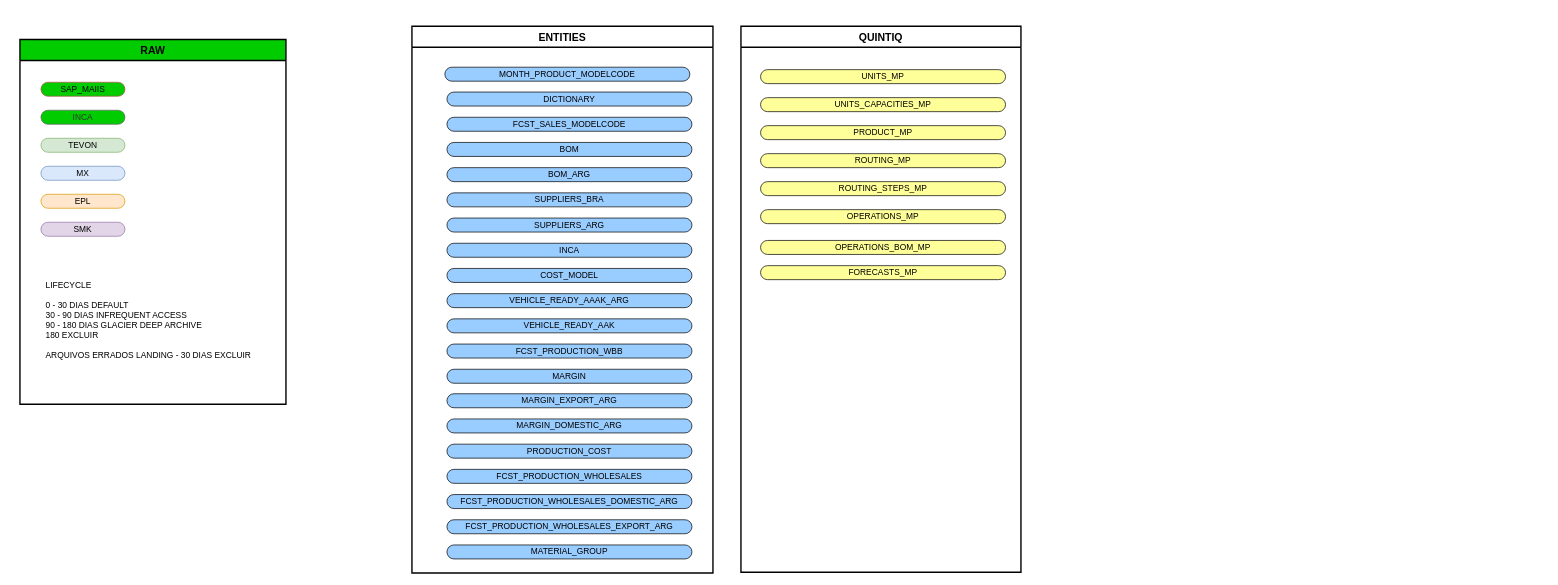
The draw.io diagram page "LIFECYCLE" (4 of 7) of eagle/files_to_datalake.drawio in leo-odilon/draw.io, before the edit. Source tidied: cells renumbered, new cells numbered last; positions are measured from the earlier drawing's top-left corner, leaving out a move shared by most shapes. Both pictures are drawn from the tidied source at 70%, with x=0, y=0 at pixel (20, 26).
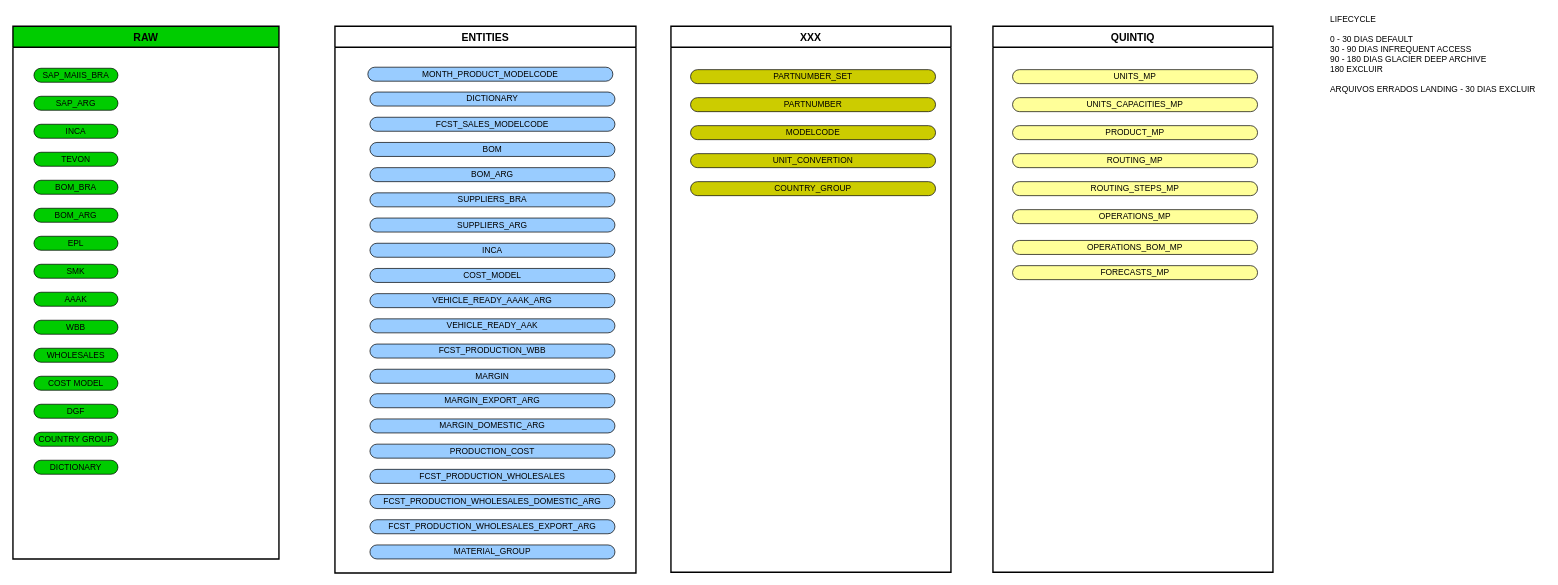
Above is the later version.

What changed in the source:
```diff
@@
     <mxCell id="2" value="RAW" style="swimlane;whiteSpace=wrap;html=1;strokeWidth=2;fontSize=15;startSize=30;fillColor=#00CC00;" parent="1" vertex="1">
-      <mxGeometry y="19" width="380" height="521" as="geometry" />
+      <mxGeometry x="-10" width="380" height="761" as="geometry" />
     </mxCell>
-    <mxCell id="3" value="&lt;div style=&quot;&quot;&gt;&lt;span style=&quot;background-color: initial;&quot;&gt;LIFECYCLE&lt;/span&gt;&lt;/div&gt;&lt;div style=&quot;&quot;&gt;&lt;br&gt;&lt;/div&gt;&lt;div style=&quot;&quot;&gt;0 - 30 DIAS DEFAULT&lt;/div&gt;&lt;div style=&quot;&quot;&gt;30 - 90 DIAS INFREQUENT ACCESS&lt;/div&gt;&lt;div style=&quot;&quot;&gt;90 - 180 DIAS GLACIER DEEP ARCHIVE&lt;/div&gt;&lt;div style=&quot;&quot;&gt;180 EXCLUIR&lt;/div&gt;&lt;div style=&quot;&quot;&gt;&lt;br&gt;&lt;/div&gt;&lt;div style=&quot;&quot;&gt;ARQUIVOS ERRADOS LANDING - 30 DIAS EXCLUIR&lt;/div&gt;" style="text;html=1;strokeColor=none;fillColor=none;align=left;verticalAlign=middle;whiteSpace=wrap;rounded=0;" parent="2" vertex="1">
-      <mxGeometry x="35" y="341" width="310" height="119" as="geometry" />
-    </mxCell>
-    <mxCell id="4" value="INCA" style="rounded=1;whiteSpace=wrap;html=1;arcSize=50;fillColor=#00CC00;strokeColor=#666666;fontColor=#333333;" parent="2" vertex="1">
-      <mxGeometry x="30" y="101" width="120" height="20" as="geometry" />
+    <mxCell id="4" value="INCA" style="rounded=1;whiteSpace=wrap;html=1;arcSize=50;fillColor=#00CC00;strokeColor=#000000;" parent="2" vertex="1">
+      <mxGeometry x="30" y="140" width="120" height="20" as="geometry" />
     </mxCell>
-    <mxCell id="5" value="MX" style="rounded=1;whiteSpace=wrap;html=1;arcSize=50;fillColor=#dae8fc;strokeColor=#6c8ebf;" parent="2" vertex="1">
-      <mxGeometry x="30" y="181" width="120" height="20" as="geometry" />
+    <mxCell id="5" value="BOM_BRA" style="rounded=1;whiteSpace=wrap;html=1;arcSize=50;fillColor=#00CC00;strokeColor=#000000;" parent="2" vertex="1">
+      <mxGeometry x="30" y="220" width="120" height="20" as="geometry" />
     </mxCell>
-    <mxCell id="6" value="EPL" style="rounded=1;whiteSpace=wrap;html=1;arcSize=50;fillColor=#ffe6cc;strokeColor=#d79b00;" parent="2" vertex="1">
-      <mxGeometry x="30" y="221" width="120" height="20" as="geometry" />
+    <mxCell id="6" value="EPL" style="rounded=1;whiteSpace=wrap;html=1;arcSize=50;fillColor=#00CC00;strokeColor=#000000;" parent="2" vertex="1">
+      <mxGeometry x="30" y="300" width="120" height="20" as="geometry" />
     </mxCell>
-    <mxCell id="7" value="SMK" style="rounded=1;whiteSpace=wrap;html=1;arcSize=50;fillColor=#e1d5e7;strokeColor=#9673a6;" parent="2" vertex="1">
-      <mxGeometry x="30" y="261" width="120" height="20" as="geometry" />
+    <mxCell id="7" value="SMK" style="rounded=1;whiteSpace=wrap;html=1;arcSize=50;fillColor=#00CC00;strokeColor=#000000;" parent="2" vertex="1">
+      <mxGeometry x="30" y="340" width="120" height="20" as="geometry" />
     </mxCell>
+    <mxCell id="9" value="TEVON" style="rounded=1;whiteSpace=wrap;html=1;arcSize=50;fillColor=#00CC00;strokeColor=#000000;" parent="2" vertex="1">
+      <mxGeometry x="30" y="180" width="120" height="20" as="geometry" />
+    </mxCell>
+    <mxCell id="40" value="SAP_ARG" style="rounded=1;whiteSpace=wrap;html=1;arcSize=50;fillColor=#00CC00;strokeColor=#000000;" parent="2" vertex="1">
+      <mxGeometry x="30" y="100" width="120" height="20" as="geometry" />
+    </mxCell>
-    <mxCell id="8" value="SAP_MAIIS" style="rounded=1;whiteSpace=wrap;html=1;arcSize=50;fillColor=#00CC00;strokeColor=#b85450;" parent="2" vertex="1">
-      <mxGeometry x="30" y="61" width="120" height="20" as="geometry" />
+    <mxCell id="8" value="SAP_MAIIS_BRA" style="rounded=1;whiteSpace=wrap;html=1;arcSize=50;fillColor=#00CC00;strokeColor=#000000;" parent="2" vertex="1">
+      <mxGeometry x="30" y="60" width="120" height="20" as="geometry" />
     </mxCell>
-    <mxCell id="9" value="TEVON" style="rounded=1;whiteSpace=wrap;html=1;arcSize=50;fillColor=#d5e8d4;strokeColor=#82b366;" parent="2" vertex="1">
-      <mxGeometry x="30" y="141" width="120" height="20" as="geometry" />
-    </mxCell>
+    <mxCell id="41" value="BOM_ARG" style="rounded=1;whiteSpace=wrap;html=1;arcSize=50;fillColor=#00CC00;strokeColor=#000000;" parent="2" vertex="1">
+      <mxGeometry x="30" y="260" width="120" height="20" as="geometry" />
+    </mxCell>
+    <mxCell id="42" value="COUNTRY GROUP" style="rounded=1;whiteSpace=wrap;html=1;arcSize=50;fillColor=#00CC00;strokeColor=#000000;" parent="2" vertex="1">
+      <mxGeometry x="30" y="580" width="120" height="20" as="geometry" />
+    </mxCell>
+    <mxCell id="43" value="DICTIONARY" style="rounded=1;whiteSpace=wrap;html=1;arcSize=50;fillColor=#00CC00;strokeColor=#000000;" parent="2" vertex="1">
+      <mxGeometry x="30" y="620" width="120" height="20" as="geometry" />
+    </mxCell>
+    <mxCell id="44" value="AAAK" style="rounded=1;whiteSpace=wrap;html=1;arcSize=50;fillColor=#00CC00;strokeColor=#000000;" parent="2" vertex="1">
+      <mxGeometry x="30" y="380" width="120" height="20" as="geometry" />
+    </mxCell>
+    <mxCell id="45" value="WBB" style="rounded=1;whiteSpace=wrap;html=1;arcSize=50;fillColor=#00CC00;strokeColor=#000000;" parent="2" vertex="1">
+      <mxGeometry x="30" y="420" width="120" height="20" as="geometry" />
+    </mxCell>
+    <mxCell id="46" value="WHOLESALES" style="rounded=1;whiteSpace=wrap;html=1;arcSize=50;fillColor=#00CC00;strokeColor=#000000;" parent="2" vertex="1">
+      <mxGeometry x="30" y="460" width="120" height="20" as="geometry" />
+    </mxCell>
+    <mxCell id="47" value="COST MODEL" style="rounded=1;whiteSpace=wrap;html=1;arcSize=50;fillColor=#00CC00;strokeColor=#000000;" parent="2" vertex="1">
+      <mxGeometry x="30" y="500" width="120" height="20" as="geometry" />
+    </mxCell>
+    <mxCell id="48" value="DGF" style="rounded=1;whiteSpace=wrap;html=1;arcSize=50;fillColor=#00CC00;strokeColor=#000000;" parent="2" vertex="1">
+      <mxGeometry x="30" y="540" width="120" height="20" as="geometry" />
+    </mxCell>
     <mxCell id="10" value="QUINTIQ" style="swimlane;whiteSpace=wrap;html=1;strokeWidth=2;fontSize=15;startSize=30;" parent="1" vertex="1">
-      <mxGeometry x="1030" width="400" height="780" as="geometry" />
+      <mxGeometry x="1390" width="400" height="780" as="geometry" />
     </mxCell>
@@
     <mxCell id="19" value="ENTITIES" style="swimlane;whiteSpace=wrap;html=1;strokeWidth=2;fontSize=15;startSize=30;" parent="1" vertex="1">
-      <mxGeometry x="560" width="430" height="781" as="geometry" />
+      <mxGeometry x="450" width="430" height="781" as="geometry" />
     </mxCell>
@@
+    <mxCell id="3" value="&lt;div style=&quot;&quot;&gt;&lt;span style=&quot;background-color: initial;&quot;&gt;LIFECYCLE&lt;/span&gt;&lt;/div&gt;&lt;div style=&quot;&quot;&gt;&lt;br&gt;&lt;/div&gt;&lt;div style=&quot;&quot;&gt;0 - 30 DIAS DEFAULT&lt;/div&gt;&lt;div style=&quot;&quot;&gt;30 - 90 DIAS INFREQUENT ACCESS&lt;/div&gt;&lt;div style=&quot;&quot;&gt;90 - 180 DIAS GLACIER DEEP ARCHIVE&lt;/div&gt;&lt;div style=&quot;&quot;&gt;180 EXCLUIR&lt;/div&gt;&lt;div style=&quot;&quot;&gt;&lt;br&gt;&lt;/div&gt;&lt;div style=&quot;&quot;&gt;ARQUIVOS ERRADOS LANDING - 30 DIAS EXCLUIR&lt;/div&gt;" style="text;html=1;strokeColor=none;fillColor=none;align=left;verticalAlign=middle;whiteSpace=wrap;rounded=0;" parent="1" vertex="1">
+      <mxGeometry x="1870" y="-20" width="310" height="119" as="geometry" />
+    </mxCell>
+    <mxCell id="49" value="XXX" style="swimlane;whiteSpace=wrap;html=1;strokeWidth=2;fontSize=15;startSize=30;" parent="1" vertex="1">
+      <mxGeometry x="930" width="400" height="780" as="geometry" />
+    </mxCell>
+    <mxCell id="50" value="MODELCODE" style="rounded=1;whiteSpace=wrap;html=1;arcSize=50;fillColor=#CCCC00;" parent="49" vertex="1">
+      <mxGeometry x="28" y="142" width="350" height="20" as="geometry" />
+    </mxCell>
+    <mxCell id="51" value="PARTNUMBER" style="rounded=1;whiteSpace=wrap;html=1;arcSize=50;fillColor=#CCCC00;" parent="49" vertex="1">
+      <mxGeometry x="28" y="102" width="350" height="20" as="geometry" />
+    </mxCell>
+    <mxCell id="52" value="PARTNUMBER_SET" style="rounded=1;whiteSpace=wrap;html=1;arcSize=50;fillColor=#CCCC00;" parent="49" vertex="1">
+      <mxGeometry x="28" y="62" width="350" height="20" as="geometry" />
+    </mxCell>
+    <mxCell id="53" value="UNIT_CONVERTION" style="rounded=1;whiteSpace=wrap;html=1;arcSize=50;fillColor=#CCCC00;" parent="49" vertex="1">
+      <mxGeometry x="28" y="182" width="350" height="20" as="geometry" />
+    </mxCell>
+    <mxCell id="54" value="COUNTRY_GROUP" style="rounded=1;whiteSpace=wrap;html=1;arcSize=50;fillColor=#CCCC00;" parent="49" vertex="1">
+      <mxGeometry x="28" y="222" width="350" height="20" as="geometry" />
+    </mxCell>
```
